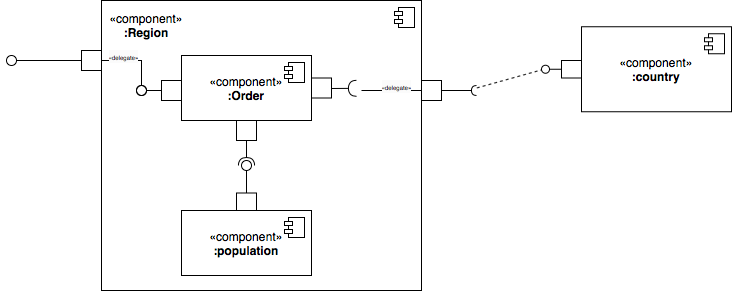
The draw.io diagram component_diagram.drawio.png in da-dandelion/diagrams_lab4_task5, before a commit. Source tidied: cells renumbered, new cells last; positions are measured from the earlier drawing's top-left corner, leaving out a move shared by most shapes.
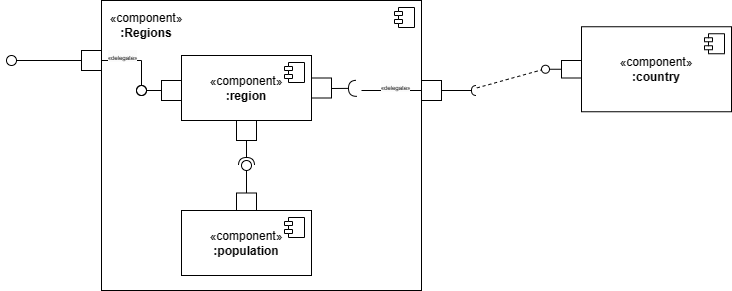
The same diagram one commit later.

Change to the diagram source:
```diff
@@ -47,7 +47,7 @@
         <mxPoint x="-27" y="7" as="offset" />
       </mxGeometry>
     </mxCell>
-    <mxCell id="15" value="«component»&lt;br&gt;&lt;b&gt;:Order&lt;/b&gt;" style="html=1;whiteSpace=wrap;" parent="1" vertex="1">
+    <mxCell id="15" value="«component»&lt;br&gt;&lt;b&gt;:region&lt;/b&gt;" style="html=1;whiteSpace=wrap;" parent="1" vertex="1">
       <mxGeometry x="170" y="55" width="130" height="65" as="geometry" />
     </mxCell>
     <mxCell id="16" style="shape=module;jettyWidth=8;jettyHeight=4;" parent="15" vertex="1">
@@ -124,7 +124,7 @@
         <mxPoint x="7" y="-4" as="offset" />
       </mxGeometry>
     </mxCell>
-    <mxCell id="33" value="«component»&lt;br&gt;&lt;b&gt;:Region&lt;/b&gt;" style="text;html=1;align=center;verticalAlign=middle;whiteSpace=wrap;rounded=0;" parent="1" vertex="1">
+    <mxCell id="33" value="«component»&lt;br&gt;&lt;b&gt;:Regions&lt;/b&gt;" style="text;html=1;align=center;verticalAlign=middle;whiteSpace=wrap;rounded=0;" parent="1" vertex="1">
       <mxGeometry x="105" y="10" width="60" height="30" as="geometry" />
     </mxCell>
   </root>
```
